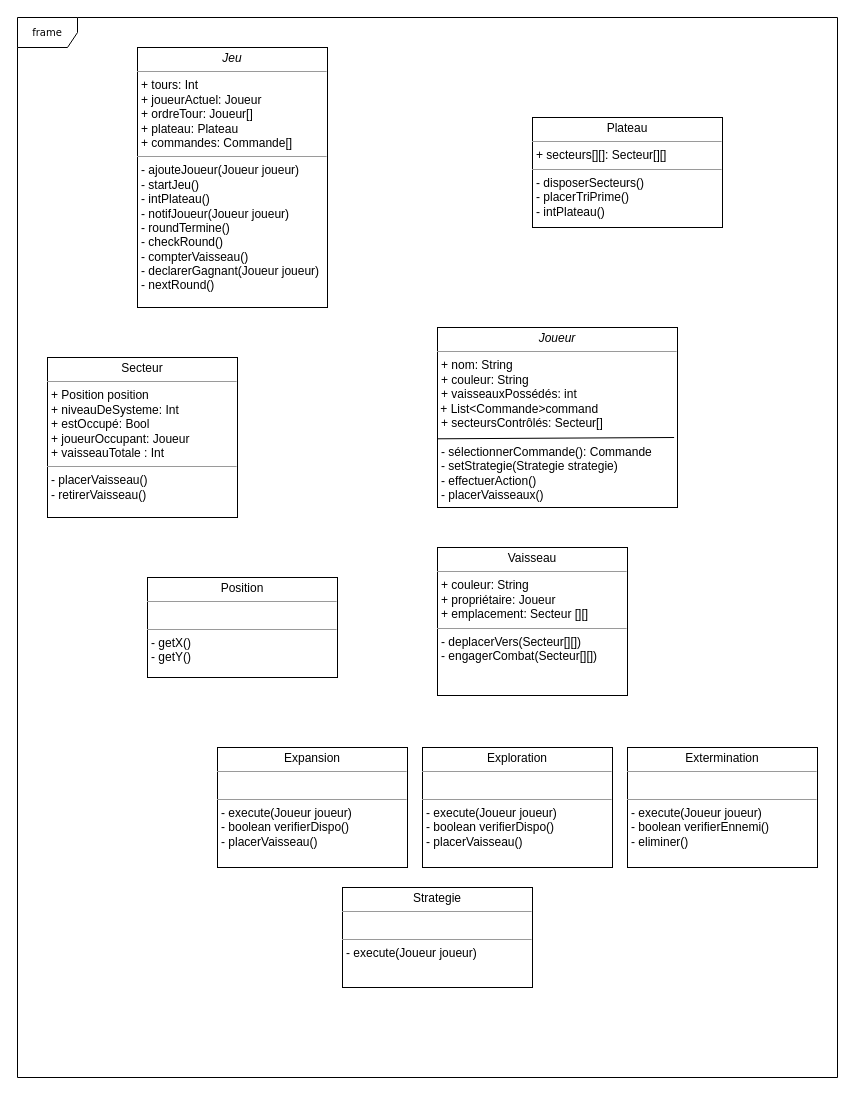
This is DiagrammeDeClasse.drawio from haikll/pocket_imperium_java, a draw.io file, before an edit. Source tidied: cells renumbered, new cells numbered last; positions are measured from the earlier drawing's top-left corner, leaving out a move shared by most shapes. Both pictures are drawn from the tidied source at 100%, with x=0, y=0 at pixel (17, 17).
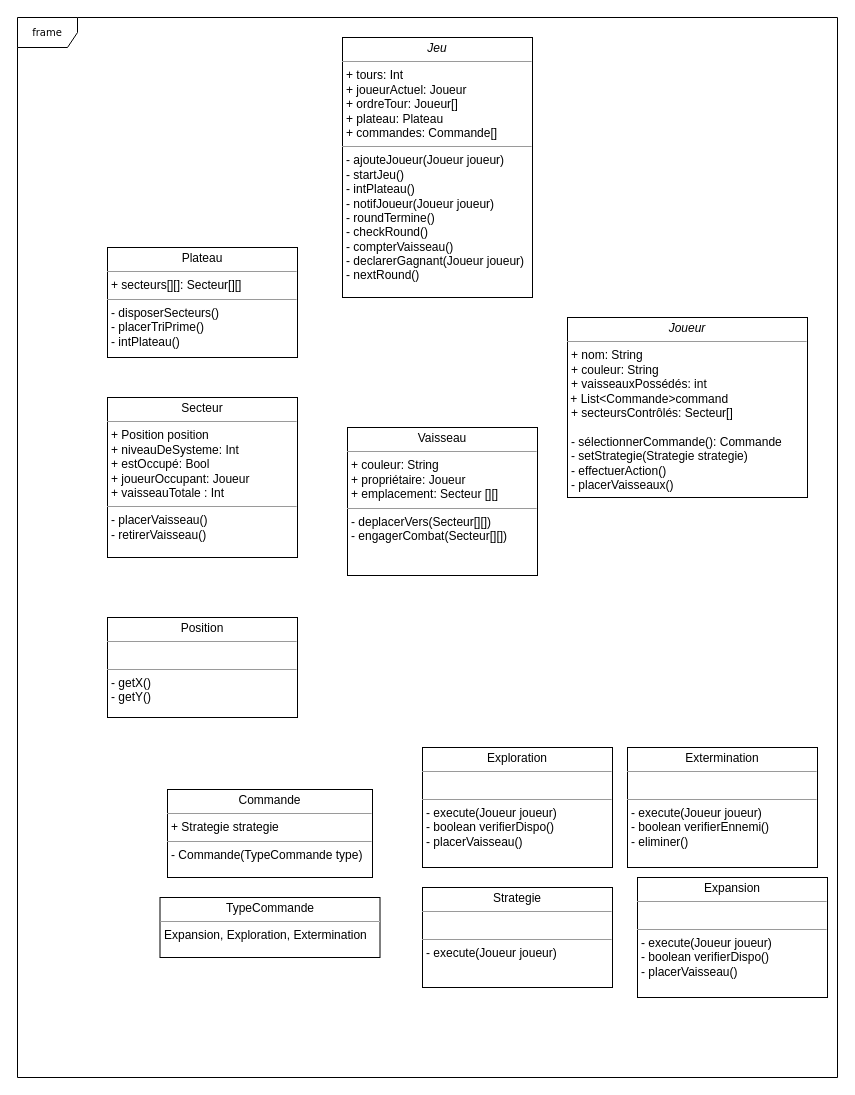
After the change.

Commit message (it also covers changes not shown here):
Mettre à jour DiagrammeDeClasse.drawio

Diff of the diagram source:
```diff
@@
 <mxGraphModel>
   <root>
     <mxCell id="0" />
     <mxCell id="1" parent="0" />
     <mxCell id="2" value="frame" style="shape=umlFrame;whiteSpace=wrap;html=1;rounded=0;shadow=0;comic=0;labelBackgroundColor=none;strokeWidth=1;fontFamily=Verdana;fontSize=10;align=center;" parent="1" vertex="1">
       <mxGeometry width="820" height="1060" as="geometry" />
     </mxCell>
     <mxCell id="3" value="&lt;p style=&quot;margin:0px;margin-top:4px;text-align:center;&quot;&gt;&lt;span style=&quot;caret-color: rgb(0, 0, 0); text-align: start; text-wrap: wrap; text-size-adjust: auto;&quot; id=&quot;docs-internal-guid-2ee5d506-7fff-8867-afa0-fd2d16b8a3a7&quot;&gt;&lt;span style=&quot;background-color: transparent; font-variant-east-asian: normal; font-variant-position: normal; vertical-align: baseline; white-space-collapse: preserve;&quot;&gt;&lt;font style=&quot;font-size: 12px;&quot;&gt;Vaisseau&lt;/font&gt;&lt;/span&gt;&lt;/span&gt;&lt;br&gt;&lt;/p&gt;&lt;hr size=&quot;1&quot;&gt;&lt;p style=&quot;margin:0px;margin-left:4px;&quot;&gt;&lt;font style=&quot;font-size: 12px;&quot;&gt;+ couleur: String&lt;br&gt;+&amp;nbsp;&lt;span style=&quot;caret-color: rgb(0, 0, 0); text-wrap: wrap; text-size-adjust: auto;&quot; id=&quot;docs-internal-guid-62168c0f-7fff-41d5-4c26-f476566d4a15&quot;&gt;&lt;span style=&quot;font-family: Arial, sans-serif; background-color: transparent; font-variant-east-asian: normal; font-variant-position: normal; vertical-align: baseline; white-space-collapse: preserve;&quot;&gt;propriétaire&lt;/span&gt;&lt;/span&gt;: Joueur&lt;/font&gt;&lt;/p&gt;&lt;p style=&quot;margin:0px;margin-left:4px;&quot;&gt;&lt;font style=&quot;font-size: 12px;&quot;&gt;+&amp;nbsp;&lt;span style=&quot;caret-color: rgb(0, 0, 0); text-wrap: wrap; text-size-adjust: auto;&quot; id=&quot;docs-internal-guid-e295361c-7fff-5693-6578-479ee620bb02&quot;&gt;&lt;span style=&quot;font-family: Arial, sans-serif; background-color: transparent; font-variant-east-asian: normal; font-variant-position: normal; vertical-align: baseline; white-space-collapse: preserve;&quot;&gt;emplacement&lt;/span&gt;&lt;/span&gt;: Secteur [][]&lt;br&gt;&lt;/font&gt;&lt;/p&gt;&lt;hr size=&quot;1&quot;&gt;&lt;p style=&quot;margin:0px;margin-left:4px;&quot;&gt;&lt;font style=&quot;font-size: 12px;&quot;&gt;-&amp;nbsp;&lt;span style=&quot;caret-color: rgb(0, 0, 0); text-wrap: wrap; text-size-adjust: auto;&quot; id=&quot;docs-internal-guid-6ab4af52-7fff-8bf8-78c1-0ad7d5bf00ba&quot;&gt;&lt;span style=&quot;font-family: Arial, sans-serif; background-color: transparent; font-variant-east-asian: normal; font-variant-position: normal; vertical-align: baseline; white-space-collapse: preserve;&quot;&gt;deplacerVers&lt;/span&gt;&lt;/span&gt;(Secteur[][])&lt;/font&gt;&lt;/p&gt;&lt;p style=&quot;margin:0px;margin-left:4px;&quot;&gt;&lt;font style=&quot;font-size: 12px;&quot;&gt;&lt;span style=&quot;background-color: initial;&quot;&gt;-&amp;nbsp;&lt;/span&gt;&lt;span style=&quot;caret-color: rgb(0, 0, 0); text-wrap: wrap; text-size-adjust: auto;&quot; id=&quot;docs-internal-guid-ca77cee1-7fff-af72-6b52-f041e94a133c&quot;&gt;&lt;span style=&quot;font-family: Arial, sans-serif; background-color: transparent; font-variant-east-asian: normal; font-variant-position: normal; vertical-align: baseline; white-space-collapse: preserve;&quot;&gt;engagerCombat&lt;/span&gt;&lt;/span&gt;&lt;span style=&quot;background-color: initial;&quot;&gt;(Secteur[][])&lt;/span&gt;&lt;/font&gt;&lt;br&gt;&lt;/p&gt;" style="verticalAlign=top;align=left;overflow=fill;fontSize=12;fontFamily=Helvetica;html=1;rounded=0;shadow=0;comic=0;labelBackgroundColor=none;strokeWidth=1;" parent="1" vertex="1">
-      <mxGeometry x="420" y="530" width="190" height="148" as="geometry" />
+      <mxGeometry x="330" y="410" width="190" height="148" as="geometry" />
     </mxCell>
     <mxCell id="4" value="&lt;p style=&quot;margin:0px;margin-top:4px;text-align:center;&quot;&gt;&lt;span style=&quot;caret-color: rgb(0, 0, 0); text-align: start; text-wrap: wrap; text-size-adjust: auto;&quot; id=&quot;docs-internal-guid-b3213f9f-7fff-8f5c-c253-338bc10951cc&quot;&gt;&lt;span style=&quot;font-family: Arial, sans-serif; background-color: transparent; font-variant-east-asian: normal; font-variant-position: normal; vertical-align: baseline; white-space-collapse: preserve;&quot;&gt;Plateau&lt;/span&gt;&lt;/span&gt;&lt;br&gt;&lt;/p&gt;&lt;hr size=&quot;1&quot;&gt;&lt;p style=&quot;margin:0px;margin-left:4px;&quot;&gt;+&amp;nbsp;&lt;span style=&quot;caret-color: rgb(0, 0, 0); text-wrap: wrap; text-size-adjust: auto;&quot; id=&quot;docs-internal-guid-b2e2c27a-7fff-f34c-b8bb-4817a529b96e&quot;&gt;&lt;span style=&quot;font-family: Arial, sans-serif; background-color: transparent; font-variant-east-asian: normal; font-variant-position: normal; vertical-align: baseline; white-space-collapse: preserve;&quot;&gt;&lt;font style=&quot;font-size: 12px;&quot;&gt;secteurs[][]&lt;/font&gt;&lt;/span&gt;&lt;/span&gt;: Secteur[][]&lt;br&gt;&lt;/p&gt;&lt;hr size=&quot;1&quot;&gt;&lt;p style=&quot;margin:0px;margin-left:4px;&quot;&gt;-&amp;nbsp;&lt;span style=&quot;caret-color: rgb(0, 0, 0); text-wrap: wrap; text-size-adjust: auto;&quot; id=&quot;docs-internal-guid-2244ef7e-7fff-301d-b6cc-7731503437bb&quot;&gt;&lt;span style=&quot;font-family: Arial, sans-serif; background-color: transparent; font-variant-east-asian: normal; font-variant-position: normal; vertical-align: baseline; white-space-collapse: preserve;&quot;&gt;&lt;font style=&quot;font-size: 12px;&quot;&gt;disposerSecteurs&lt;/font&gt;&lt;/span&gt;&lt;/span&gt;()&lt;/p&gt;&lt;p style=&quot;margin:0px;margin-left:4px;&quot;&gt;-&amp;nbsp;&lt;span style=&quot;caret-color: rgb(0, 0, 0); text-wrap: wrap; text-size-adjust: auto;&quot; id=&quot;docs-internal-guid-e2a53ce2-7fff-88a2-711e-00a28b6adaa2&quot;&gt;&lt;span style=&quot;font-family: Arial, sans-serif; background-color: transparent; font-variant-east-asian: normal; font-variant-position: normal; vertical-align: baseline; white-space-collapse: preserve;&quot;&gt;&lt;font style=&quot;font-size: 12px;&quot;&gt;placerTriPrime&lt;/font&gt;&lt;/span&gt;&lt;/span&gt;()&lt;/p&gt;&lt;p style=&quot;margin:0px;margin-left:4px;&quot;&gt;- intPlateau()&lt;br&gt;&lt;/p&gt;" style="verticalAlign=top;align=left;overflow=fill;fontSize=12;fontFamily=Helvetica;html=1;rounded=0;shadow=0;comic=0;labelBackgroundColor=none;strokeWidth=1;" parent="1" vertex="1">
-      <mxGeometry x="515" y="100" width="190" height="110" as="geometry" />
+      <mxGeometry x="90" y="230" width="190" height="110" as="geometry" />
     </mxCell>
     <mxCell id="5" value="&lt;p style=&quot;margin:0px;margin-top:4px;text-align:center;&quot;&gt;&lt;i&gt;Jeu&lt;/i&gt;&lt;br&gt;&lt;/p&gt;&lt;hr size=&quot;1&quot;&gt;&lt;p style=&quot;margin:0px;margin-left:4px;&quot;&gt;+ tours: Int&lt;br&gt;+ joueurActuel: Joueur&lt;/p&gt;&lt;p style=&quot;margin: 0px 0px 0px 4px;&quot;&gt;+ ordreTour: Joueur[]&lt;/p&gt;&lt;p style=&quot;margin: 0px 0px 0px 4px;&quot;&gt;+ plateau: Plateau&lt;/p&gt;&lt;p style=&quot;margin: 0px 0px 0px 4px;&quot;&gt;+ commandes: Commande[]&lt;/p&gt;&lt;hr size=&quot;1&quot;&gt;&lt;p style=&quot;margin:0px;margin-left:4px;&quot;&gt;- ajouteJoueur(Joueur joueur)&lt;br&gt;&lt;/p&gt;&lt;p style=&quot;margin:0px;margin-left:4px;&quot;&gt;- startJeu()&lt;/p&gt;&lt;p style=&quot;margin:0px;margin-left:4px;&quot;&gt;- intPlateau()&lt;/p&gt;&lt;p style=&quot;margin:0px;margin-left:4px;&quot;&gt;- notifJoueur(Joueur joueur)&lt;/p&gt;&lt;p style=&quot;margin:0px;margin-left:4px;&quot;&gt;&lt;/p&gt;&lt;p style=&quot;margin:0px;margin-left:4px;&quot;&gt;- roundTermine()&lt;/p&gt;&lt;p style=&quot;margin:0px;margin-left:4px;&quot;&gt;- checkRound()&lt;br&gt;&lt;/p&gt;&lt;p style=&quot;margin:0px;margin-left:4px;&quot;&gt;- compterVaisseau()&lt;br&gt;&lt;/p&gt;&lt;p style=&quot;margin:0px;margin-left:4px;&quot;&gt;- declarerGagnant(Joueur joueur)&lt;/p&gt;&lt;p style=&quot;margin:0px;margin-left:4px;&quot;&gt;- nextRound()&lt;/p&gt;&lt;p style=&quot;margin:0px;margin-left:4px;&quot;&gt;&lt;br&gt;&lt;/p&gt;&lt;p style=&quot;margin:0px;margin-left:4px;&quot;&gt;&lt;br&gt;&lt;/p&gt;" style="verticalAlign=top;align=left;overflow=fill;fontSize=12;fontFamily=Helvetica;html=1;rounded=0;shadow=0;comic=0;labelBackgroundColor=none;strokeWidth=1;" parent="1" vertex="1">
-      <mxGeometry x="120" y="30" width="190" height="260" as="geometry" />
+      <mxGeometry x="325" y="20" width="190" height="260" as="geometry" />
     </mxCell>
     <mxCell id="6" value="&lt;p style=&quot;margin:0px;margin-top:4px;text-align:center;&quot;&gt;&lt;i&gt;Joueur&lt;/i&gt;&lt;br&gt;&lt;/p&gt;&lt;hr size=&quot;1&quot;&gt;&lt;p style=&quot;margin:0px;margin-left:4px;&quot;&gt;+ nom: String&lt;br&gt;+ couleur: String&lt;/p&gt;&lt;p style=&quot;margin:0px;margin-left:4px;&quot;&gt;+&amp;nbsp;&lt;span style=&quot;caret-color: rgb(0, 0, 0); text-wrap: wrap; text-size-adjust: auto;&quot; id=&quot;docs-internal-guid-6de89723-7fff-ddd4-8437-8b7554050fe8&quot;&gt;&lt;span style=&quot;background-color: transparent; font-variant-east-asian: normal; font-variant-position: normal; vertical-align: baseline; white-space-collapse: preserve;&quot;&gt;&lt;font style=&quot;font-size: 12px;&quot; face=&quot;Helvetica&quot;&gt;vaisseauxPossédés&lt;/font&gt;&lt;/span&gt;&lt;/span&gt;: int&lt;br&gt;&lt;/p&gt;&lt;div&gt;&amp;nbsp;+ List&amp;lt;Commande&amp;gt;command&lt;br&gt;&lt;/div&gt;&lt;div&gt;&lt;p style=&quot;margin: 0px 0px 0px 4px;&quot;&gt;+&amp;nbsp;&lt;span style=&quot;caret-color: rgb(0, 0, 0); text-wrap: wrap; text-size-adjust: auto;&quot; id=&quot;docs-internal-guid-5e5d3d90-7fff-a844-01cc-83fdc1810987&quot;&gt;&lt;span style=&quot;font-family: Arial, sans-serif; background-color: transparent; font-variant-east-asian: normal; font-variant-position: normal; vertical-align: baseline; white-space-collapse: preserve;&quot;&gt;&lt;font style=&quot;font-size: 12px;&quot;&gt;secteursContrôlés&lt;/font&gt;&lt;/span&gt;&lt;/span&gt;: Secteur[]&lt;br&gt;&lt;/p&gt;&lt;p style=&quot;margin: 0px 0px 0px 4px;&quot;&gt;&lt;br&gt;&lt;/p&gt;&lt;/div&gt;&lt;div&gt;&lt;/div&gt;&lt;p style=&quot;margin:0px;margin-left:4px;&quot;&gt;-&amp;nbsp;&lt;span style=&quot;caret-color: rgb(0, 0, 0); text-wrap: wrap; text-size-adjust: auto;&quot; id=&quot;docs-internal-guid-1cc7331e-7fff-ebf7-1ea9-ec3f53f1e658&quot;&gt;&lt;span style=&quot;font-family: Arial, sans-serif; background-color: transparent; font-variant-east-asian: normal; font-variant-position: normal; vertical-align: baseline; white-space-collapse: preserve;&quot;&gt;&lt;font style=&quot;font-size: 12px;&quot;&gt;sélectionnerCommande&lt;/font&gt;&lt;/span&gt;&lt;/span&gt;(): Commande&lt;/p&gt;&lt;p style=&quot;margin:0px;margin-left:4px;&quot;&gt;- setStrategie(Strategie strategie)&lt;br&gt;&lt;/p&gt;&lt;p style=&quot;margin:0px;margin-left:4px;&quot;&gt;-&amp;nbsp;&lt;span style=&quot;caret-color: rgb(0, 0, 0); text-wrap: wrap; text-size-adjust: auto;&quot; id=&quot;docs-internal-guid-b605cee1-7fff-6ceb-278c-d278d0f0dbaa&quot;&gt;&lt;span style=&quot;font-family: Arial, sans-serif; background-color: transparent; font-variant-east-asian: normal; font-variant-position: normal; vertical-align: baseline; white-space-collapse: preserve;&quot;&gt;&lt;font style=&quot;font-size: 12px;&quot;&gt;effectuerAction&lt;/font&gt;&lt;/span&gt;&lt;/span&gt;()&lt;/p&gt;&lt;p style=&quot;margin:0px;margin-left:4px;&quot;&gt;-&amp;nbsp;&lt;span style=&quot;caret-color: rgb(0, 0, 0); text-wrap: wrap; text-size-adjust: auto;&quot; id=&quot;docs-internal-guid-a8f24988-7fff-b718-d9a4-53bfb2a87d07&quot;&gt;&lt;span style=&quot;background-color: transparent; font-variant-east-asian: normal; font-variant-position: normal; vertical-align: baseline; white-space-collapse: preserve;&quot;&gt;&lt;font face=&quot;Helvetica&quot; style=&quot;font-size: 12px;&quot;&gt;placerVaisseaux&lt;/font&gt;&lt;/span&gt;&lt;/span&gt;()&lt;br&gt;&lt;/p&gt;" style="verticalAlign=top;align=left;overflow=fill;fontSize=12;fontFamily=Helvetica;html=1;rounded=0;shadow=0;comic=0;labelBackgroundColor=none;strokeWidth=1;" parent="1" vertex="1">
-      <mxGeometry x="420" y="310" width="240" height="180" as="geometry" />
+      <mxGeometry x="550" y="300" width="240" height="180" as="geometry" />
     </mxCell>
     <mxCell id="7" value="&lt;p style=&quot;margin:0px;margin-top:4px;text-align:center;&quot;&gt;&lt;span style=&quot;caret-color: rgb(0, 0, 0); text-align: start; text-wrap: wrap; text-size-adjust: auto;&quot; id=&quot;docs-internal-guid-e3b61ee9-7fff-e5d5-41c7-d22d9880ad86&quot;&gt;&lt;span style=&quot;font-family: Arial, sans-serif; background-color: transparent; font-variant-east-asian: normal; font-variant-position: normal; vertical-align: baseline; white-space-collapse: preserve;&quot;&gt;&lt;font style=&quot;font-size: 12px;&quot;&gt;Secteur&lt;/font&gt;&lt;/span&gt;&lt;/span&gt;&lt;br&gt;&lt;/p&gt;&lt;hr size=&quot;1&quot;&gt;&lt;p style=&quot;margin:0px;margin-left:4px;&quot;&gt;+ Position position&lt;br&gt;&lt;/p&gt;&lt;p style=&quot;margin:0px;margin-left:4px;&quot;&gt;+&amp;nbsp;&lt;span style=&quot;caret-color: rgb(0, 0, 0); text-wrap: wrap; text-size-adjust: auto;&quot; id=&quot;docs-internal-guid-462577ee-7fff-3a6e-18f1-1afd69765bc6&quot;&gt;&lt;span style=&quot;font-family: Arial, sans-serif; background-color: transparent; font-variant-east-asian: normal; font-variant-position: normal; vertical-align: baseline; white-space-collapse: preserve;&quot;&gt;&lt;font style=&quot;font-size: 12px;&quot;&gt;niveauDeSysteme&lt;/font&gt;&lt;/span&gt;&lt;/span&gt;: Int&lt;/p&gt;&lt;p style=&quot;margin:0px;margin-left:4px;&quot;&gt;+&amp;nbsp;&lt;span style=&quot;caret-color: rgb(0, 0, 0); text-wrap: wrap; text-size-adjust: auto;&quot; id=&quot;docs-internal-guid-7cf39076-7fff-7596-5069-f07c1bd4fb56&quot;&gt;&lt;span style=&quot;font-family: Arial, sans-serif; background-color: transparent; font-variant-east-asian: normal; font-variant-position: normal; vertical-align: baseline; white-space-collapse: preserve;&quot;&gt;&lt;font style=&quot;font-size: 12px;&quot;&gt;estOccupé&lt;/font&gt;&lt;/span&gt;&lt;/span&gt;: Bool&lt;/p&gt;&lt;p style=&quot;margin:0px;margin-left:4px;&quot;&gt;+&amp;nbsp;&lt;span style=&quot;caret-color: rgb(0, 0, 0); text-wrap: wrap; text-size-adjust: auto;&quot; id=&quot;docs-internal-guid-00a3d113-7fff-d1fa-c497-511a970d967c&quot;&gt;&lt;span style=&quot;background-color: transparent; font-variant-east-asian: normal; font-variant-position: normal; vertical-align: baseline; white-space-collapse: preserve;&quot;&gt;&lt;font style=&quot;font-size: 12px;&quot;&gt;joueurOccupant&lt;/font&gt;&lt;/span&gt;&lt;/span&gt;: Joueur&lt;/p&gt;&lt;p style=&quot;margin:0px;margin-left:4px;&quot;&gt;+ vaisseauTotale : Int&lt;br&gt;&lt;/p&gt;&lt;hr size=&quot;1&quot;&gt;&lt;p style=&quot;margin:0px;margin-left:4px;&quot;&gt;-&amp;nbsp;&lt;span style=&quot;caret-color: rgb(0, 0, 0); text-wrap: wrap; text-size-adjust: auto;&quot; id=&quot;docs-internal-guid-e1630ec1-7fff-0c20-7431-e668d71be7ab&quot;&gt;&lt;span style=&quot;background-color: transparent; font-variant-east-asian: normal; font-variant-position: normal; vertical-align: baseline; white-space-collapse: preserve;&quot;&gt;&lt;font face=&quot;Helvetica&quot; style=&quot;font-size: 12px;&quot;&gt;placerVaisseau&lt;/font&gt;&lt;/span&gt;&lt;/span&gt;()&lt;br&gt;-&amp;nbsp;&lt;span style=&quot;caret-color: rgb(0, 0, 0); text-wrap: wrap; text-size-adjust: auto;&quot; id=&quot;docs-internal-guid-03e8e8f0-7fff-3a2d-6706-b5379dcc5f43&quot;&gt;&lt;span style=&quot;font-family: Arial, sans-serif; background-color: transparent; font-variant-east-asian: normal; font-variant-position: normal; vertical-align: baseline; white-space-collapse: preserve;&quot;&gt;&lt;font style=&quot;font-size: 12px;&quot;&gt;retirerVaisseau&lt;/font&gt;&lt;/span&gt;&lt;/span&gt;()&lt;/p&gt;" style="verticalAlign=top;align=left;overflow=fill;fontSize=12;fontFamily=Helvetica;html=1;rounded=0;shadow=0;comic=0;labelBackgroundColor=none;strokeWidth=1;" parent="1" vertex="1">
-      <mxGeometry x="30" y="340" width="190" height="160" as="geometry" />
+      <mxGeometry x="90" y="380" width="190" height="160" as="geometry" />
     </mxCell>
-    <mxCell id="8" style="endArrow=none;html=1;rounded=0;exitX=0.012;exitY=0.679;exitDx=0;exitDy=0;exitPerimeter=0;entryX=0.998;entryY=0.673;entryDx=0;entryDy=0;entryPerimeter=0;" parent="1" edge="1">
-      <mxGeometry relative="1" as="geometry">
-        <mxPoint x="420" y="421.3" as="sourcePoint" />
-        <mxPoint x="656.6" y="420" as="targetPoint" />
-      </mxGeometry>
-    </mxCell>
     <mxCell id="9" value="&lt;p style=&quot;margin:0px;margin-top:4px;text-align:center;&quot;&gt;Position&lt;br&gt;&lt;/p&gt;&lt;hr size=&quot;1&quot;&gt;&lt;br&gt;&lt;hr size=&quot;1&quot;&gt;&lt;p style=&quot;margin:0px;margin-left:4px;&quot;&gt;- &lt;font face=&quot;Helvetica&quot;&gt;getX()&lt;/font&gt;&lt;/p&gt;&lt;p style=&quot;margin:0px;margin-left:4px;&quot;&gt;&lt;font face=&quot;Helvetica&quot;&gt;- getY()&lt;br&gt;&lt;/font&gt;&lt;/p&gt;" style="verticalAlign=top;align=left;overflow=fill;fontSize=12;fontFamily=Helvetica;html=1;rounded=0;shadow=0;comic=0;labelBackgroundColor=none;strokeWidth=1;" parent="1" vertex="1">
-      <mxGeometry x="130" y="560" width="190" height="100" as="geometry" />
+      <mxGeometry x="90" y="600" width="190" height="100" as="geometry" />
     </mxCell>
     <mxCell id="10" value="&lt;p style=&quot;margin:0px;margin-top:4px;text-align:center;&quot;&gt;Strategie&lt;br&gt;&lt;/p&gt;&lt;hr size=&quot;1&quot;&gt;&lt;br&gt;&lt;hr size=&quot;1&quot;&gt;&lt;p style=&quot;margin:0px;margin-left:4px;&quot;&gt;- &lt;font face=&quot;Helvetica&quot;&gt;execute(Joueur joueur)&lt;/font&gt;&lt;/p&gt;" style="verticalAlign=top;align=left;overflow=fill;fontSize=12;fontFamily=Helvetica;html=1;rounded=0;shadow=0;comic=0;labelBackgroundColor=none;strokeWidth=1;" parent="1" vertex="1">
-      <mxGeometry x="325" y="870" width="190" height="100" as="geometry" />
+      <mxGeometry x="405" y="870" width="190" height="100" as="geometry" />
     </mxCell>
     <mxCell id="11" value="&lt;p style=&quot;margin:0px;margin-top:4px;text-align:center;&quot;&gt;Expansion&lt;br&gt;&lt;/p&gt;&lt;hr size=&quot;1&quot;&gt;&lt;br&gt;&lt;hr size=&quot;1&quot;&gt;&lt;p style=&quot;margin:0px;margin-left:4px;&quot;&gt;- &lt;font face=&quot;Helvetica&quot;&gt;execute(Joueur joueur)&lt;/font&gt;&lt;/p&gt;&lt;p style=&quot;margin:0px;margin-left:4px;&quot;&gt;&lt;font face=&quot;Helvetica&quot;&gt;- boolean verifierDispo()&lt;/font&gt;&lt;/p&gt;&lt;p style=&quot;margin:0px;margin-left:4px;&quot;&gt;&lt;font face=&quot;Helvetica&quot;&gt;- placerVaisseau()&lt;br&gt;&lt;/font&gt;&lt;/p&gt;" style="verticalAlign=top;align=left;overflow=fill;fontSize=12;fontFamily=Helvetica;html=1;rounded=0;shadow=0;comic=0;labelBackgroundColor=none;strokeWidth=1;" parent="1" vertex="1">
-      <mxGeometry x="200" y="730" width="190" height="120" as="geometry" />
+      <mxGeometry x="620" y="860" width="190" height="120" as="geometry" />
     </mxCell>
     <mxCell id="12" value="&lt;p style=&quot;margin:0px;margin-top:4px;text-align:center;&quot;&gt;Exploration&lt;br&gt;&lt;/p&gt;&lt;hr size=&quot;1&quot;&gt;&lt;br&gt;&lt;hr size=&quot;1&quot;&gt;&lt;p style=&quot;margin:0px;margin-left:4px;&quot;&gt;- &lt;font face=&quot;Helvetica&quot;&gt;execute(Joueur joueur)&lt;/font&gt;&lt;/p&gt;&lt;p style=&quot;margin:0px;margin-left:4px;&quot;&gt;&lt;font face=&quot;Helvetica&quot;&gt;- boolean verifierDispo()&lt;/font&gt;&lt;/p&gt;&lt;p style=&quot;margin:0px;margin-left:4px;&quot;&gt;&lt;font face=&quot;Helvetica&quot;&gt;- placerVaisseau()&lt;br&gt;&lt;/font&gt;&lt;/p&gt;" style="verticalAlign=top;align=left;overflow=fill;fontSize=12;fontFamily=Helvetica;html=1;rounded=0;shadow=0;comic=0;labelBackgroundColor=none;strokeWidth=1;" parent="1" vertex="1">
       <mxGeometry x="405" y="730" width="190" height="120" as="geometry" />
     </mxCell>
     <mxCell id="13" value="&lt;p style=&quot;margin:0px;margin-top:4px;text-align:center;&quot;&gt;Extermination&lt;br&gt;&lt;/p&gt;&lt;hr size=&quot;1&quot;&gt;&lt;br&gt;&lt;hr size=&quot;1&quot;&gt;&lt;p style=&quot;margin:0px;margin-left:4px;&quot;&gt;- &lt;font face=&quot;Helvetica&quot;&gt;execute(Joueur joueur)&lt;/font&gt;&lt;/p&gt;&lt;p style=&quot;margin:0px;margin-left:4px;&quot;&gt;&lt;font face=&quot;Helvetica&quot;&gt;- boolean verifierEnnemi()&lt;/font&gt;&lt;/p&gt;&lt;p style=&quot;margin:0px;margin-left:4px;&quot;&gt;&lt;font face=&quot;Helvetica&quot;&gt;- eliminer()&lt;br&gt;&lt;/font&gt;&lt;/p&gt;" style="verticalAlign=top;align=left;overflow=fill;fontSize=12;fontFamily=Helvetica;html=1;rounded=0;shadow=0;comic=0;labelBackgroundColor=none;strokeWidth=1;" parent="1" vertex="1">
       <mxGeometry x="610" y="730" width="190" height="120" as="geometry" />
     </mxCell>
+    <mxCell id="14" value="&lt;p style=&quot;margin:0px;margin-top:4px;text-align:center;&quot;&gt;Commande&lt;br&gt;&lt;/p&gt;&lt;hr size=&quot;1&quot;&gt;&lt;p style=&quot;margin:0px;margin-left:4px;&quot;&gt;&lt;font style=&quot;font-size: 12px;&quot;&gt;+ Strategie strategie&lt;br&gt;&lt;/font&gt;&lt;/p&gt;&lt;hr size=&quot;1&quot;&gt;&lt;p style=&quot;margin:0px;margin-left:4px;&quot;&gt;&lt;font style=&quot;font-size: 12px;&quot;&gt;-&amp;nbsp;Commande(TypeCommande type)&lt;br&gt;&lt;/font&gt;&lt;/p&gt;" style="verticalAlign=top;align=left;overflow=fill;fontSize=12;fontFamily=Helvetica;html=1;rounded=0;shadow=0;comic=0;labelBackgroundColor=none;strokeWidth=1;" parent="1" vertex="1">
+      <mxGeometry x="150" y="772" width="205" height="88" as="geometry" />
+    </mxCell>
+    <mxCell id="15" value="&lt;p style=&quot;margin:0px;margin-top:4px;text-align:center;&quot;&gt;TypeCommande&lt;br&gt;&lt;/p&gt;&lt;hr size=&quot;1&quot;&gt;&lt;p style=&quot;margin:0px;margin-left:4px;&quot;&gt;&lt;font style=&quot;font-size: 12px;&quot;&gt;Expansion, Exploration, Extermination&lt;br&gt;&lt;/font&gt;&lt;/p&gt;" style="verticalAlign=top;align=left;overflow=fill;fontSize=12;fontFamily=Helvetica;html=1;rounded=0;shadow=0;comic=0;labelBackgroundColor=none;strokeWidth=1;" parent="1" vertex="1">
+      <mxGeometry x="142.5" y="880" width="220" height="60" as="geometry" />
+    </mxCell>
   </root>
 </mxGraphModel>
```
